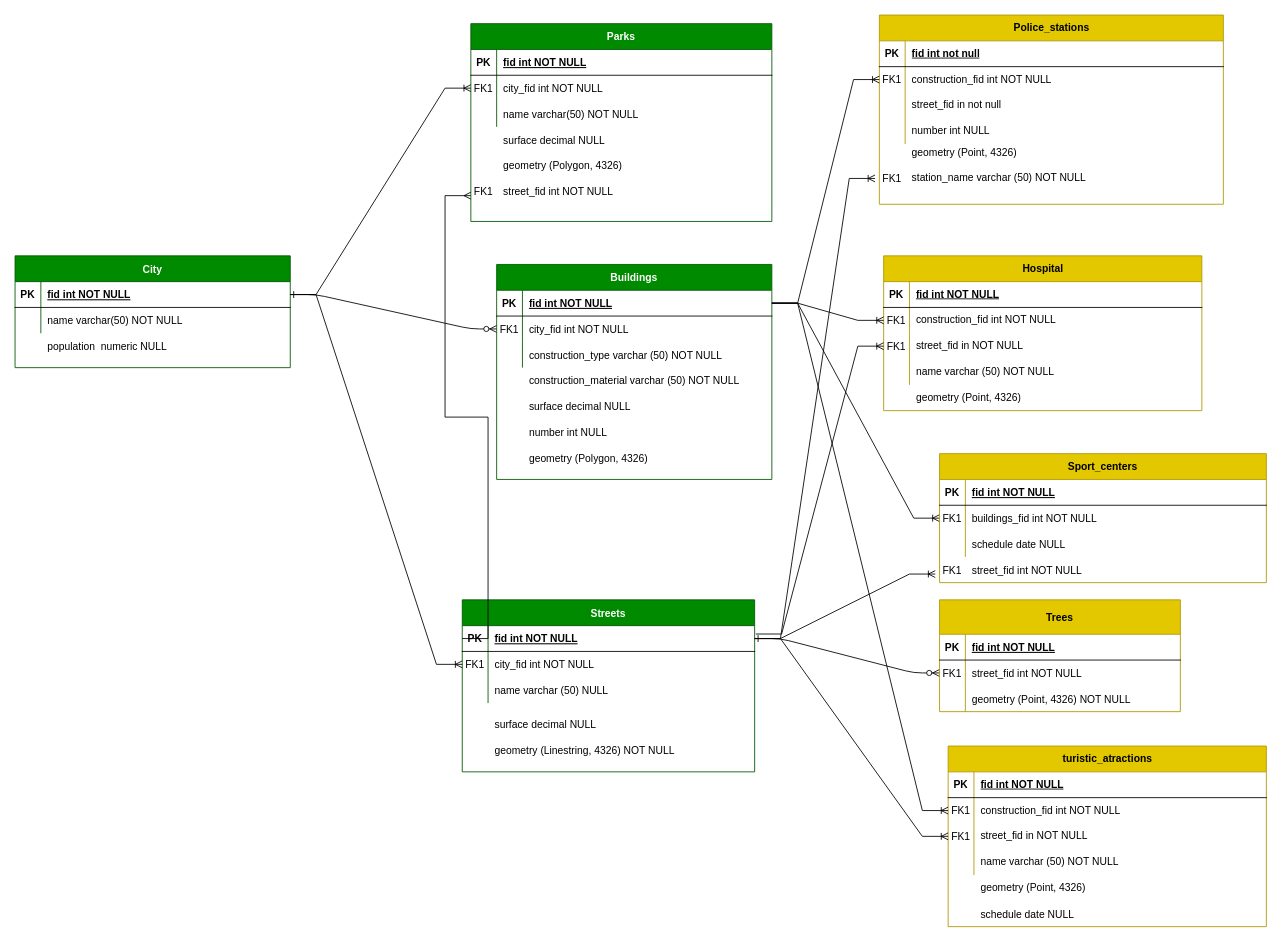
This is Final_project.drawio from MaticA26/final_project_sem2, a draw.io file, before an edit. Source tidied: cells renumbered, new cells numbered last; positions are measured from the earlier drawing's top-left corner, leaving out a move shared by most shapes. Both pictures are drawn from the tidied source at 86%, with x=0, y=0 at pixel (15, 15).
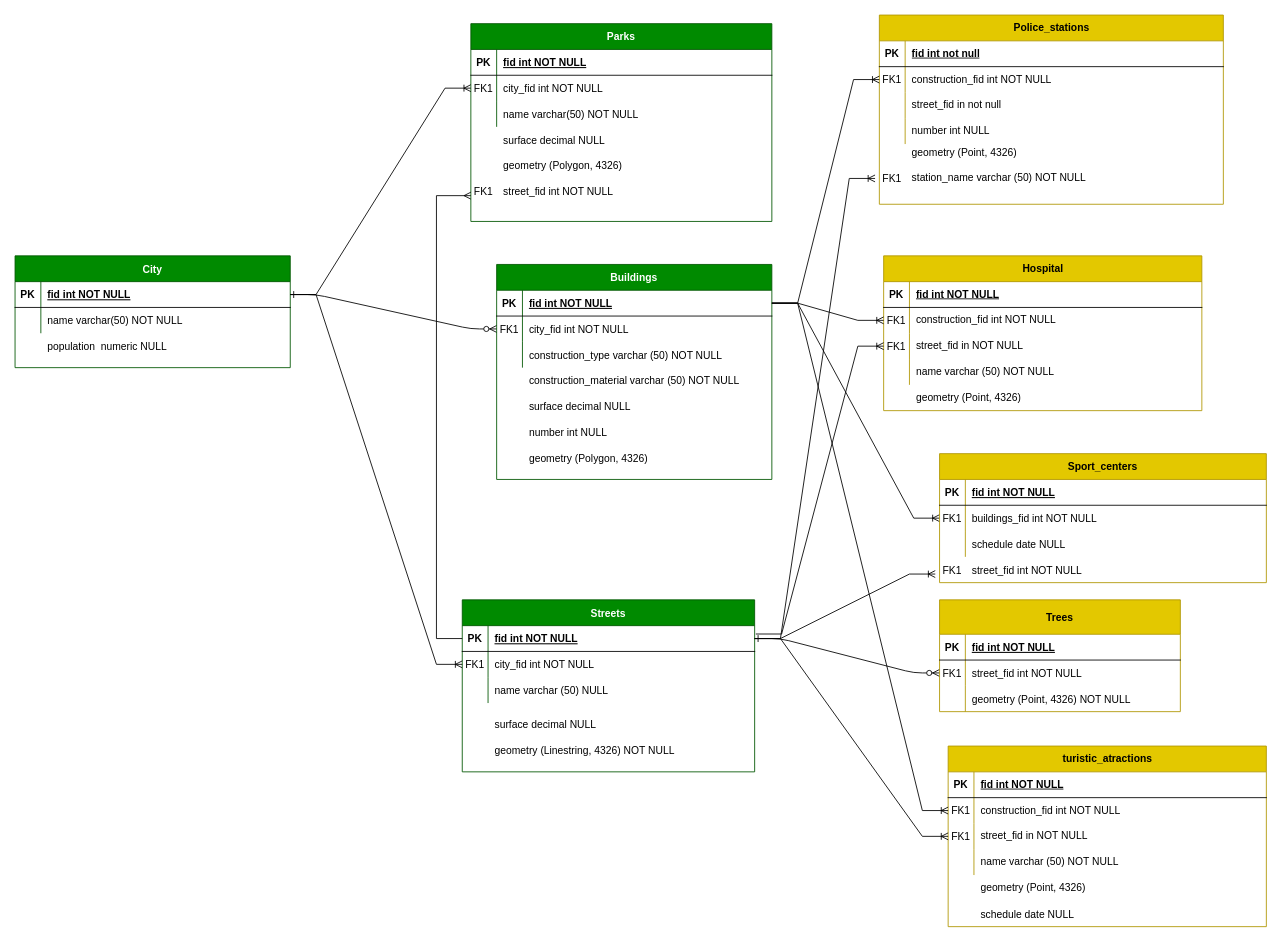
Above is the later version.

The change refers to these unchanged cells:
```xml
<mxCell id="41" style="shape=partialRectangle;fillColor=none;points=[[0,0.5],[1,0.5]];portConstraint=eastwest;top=0;left=0;right=0;bottom=1;" parent="40" vertex="1">
  <mxGeometry y="30" width="340" height="30" as="geometry" />
</mxCell>
```

What changed in the source:
```diff
@@
-    <mxCell id="115" style="edgeStyle=entityRelationEdgeStyle;fontSize=12;html=1;endArrow=ERmany;rounded=0;exitX=0;exitY=0.5;exitDx=0;exitDy=0;" parent="1" edge="1" source="41">
+    <mxCell id="115" style="edgeStyle=elbowEdgeStyle;fontSize=12;html=1;endArrow=ERmany;rounded=0;exitX=0;exitY=0.5;exitDx=0;exitDy=0;" parent="1" edge="1" source="41">
       <mxGeometry relative="1" as="geometry">
         <mxPoint x="530" y="210" as="targetPoint" />
+        <Array as="points">
+          <mxPoint x="490" y="470" />
+        </Array>
       </mxGeometry>
     </mxCell>
```
